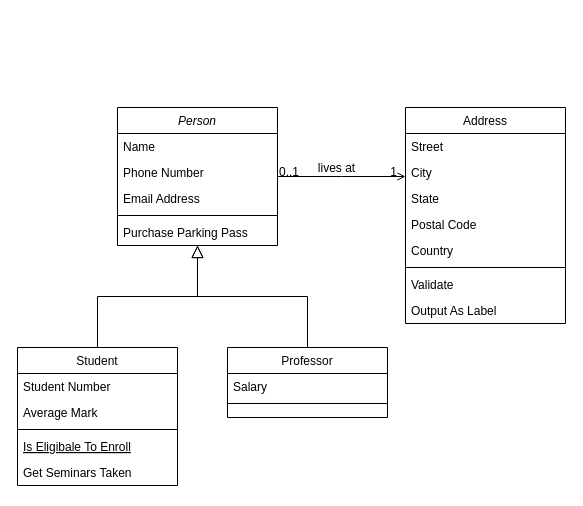
umamaheshwar-g/diagrams keeps this draw.io diagram as Untitled Diagram.drawio. Above is the earlier version. Source tidied: cells renumbered, new cells numbered last; positions are measured from the earlier drawing's top-left corner, leaving out a move shared by most shapes. Both pictures are drawn from the tidied source at 100%, with x=0, y=0 at pixel (17, 107).
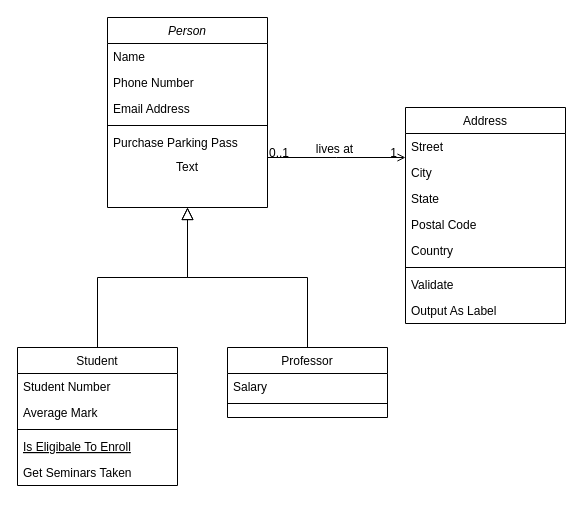
The same diagram, later.

The edit, as a diff of the source:
```diff
@@
     <mxCell id="2" value="Person" style="swimlane;fontStyle=2;align=center;verticalAlign=top;horizontal=1;startSize=26;rounded=0;shadow=0;strokeWidth=1;" parent="1" vertex="1">
-      <mxGeometry x="100" width="160" height="138" as="geometry" />
+      <mxGeometry x="90" y="-90" width="160" height="190" as="geometry" />
     </mxCell>
@@
     <mxCell id="7" value="Purchase Parking Pass" style="text;align=left;verticalAlign=top;spacingLeft=4;spacingRight=4;overflow=hidden;" parent="2" vertex="1">
-      <mxGeometry y="112" width="160" height="26" as="geometry" />
+      <mxGeometry y="112" width="160" height="28" as="geometry" />
     </mxCell>
+    <mxCell id="32" value="Text" style="text;html=1;strokeColor=none;fillColor=none;align=center;verticalAlign=middle;whiteSpace=wrap;rounded=0;" parent="2" vertex="1">
+      <mxGeometry y="140" width="160" height="20" as="geometry" />
+    </mxCell>
```
